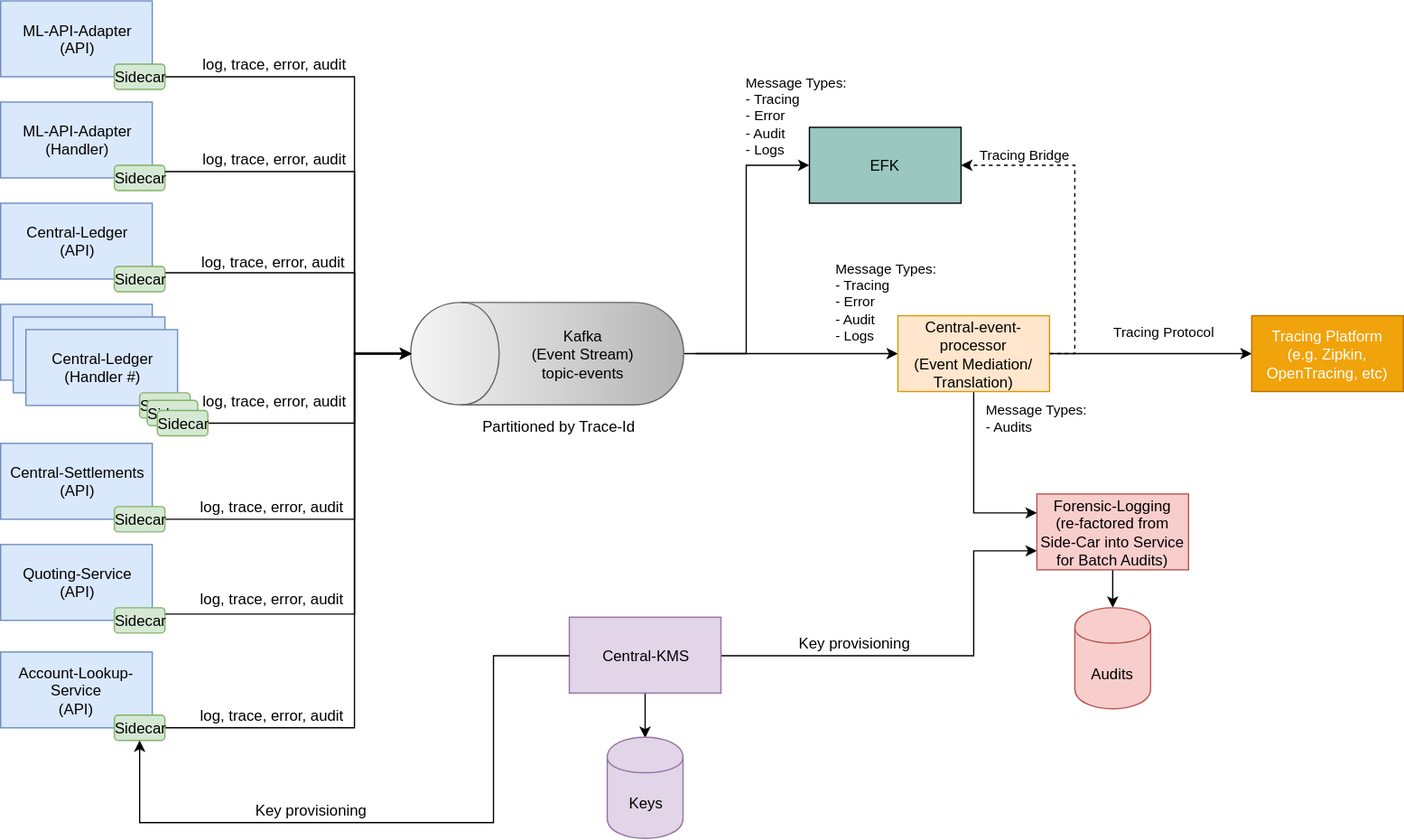
Before: mojaloop-technical-overview/event-framework/assets/diagrams/architecture/architecture-event-framework.svg, a diagram exported from draw.io (mojaloop/documentation). Source tidied: cells renumbered, new cells last; positions are measured from the earlier drawing's top-left corner, leaving out a move shared by most shapes.
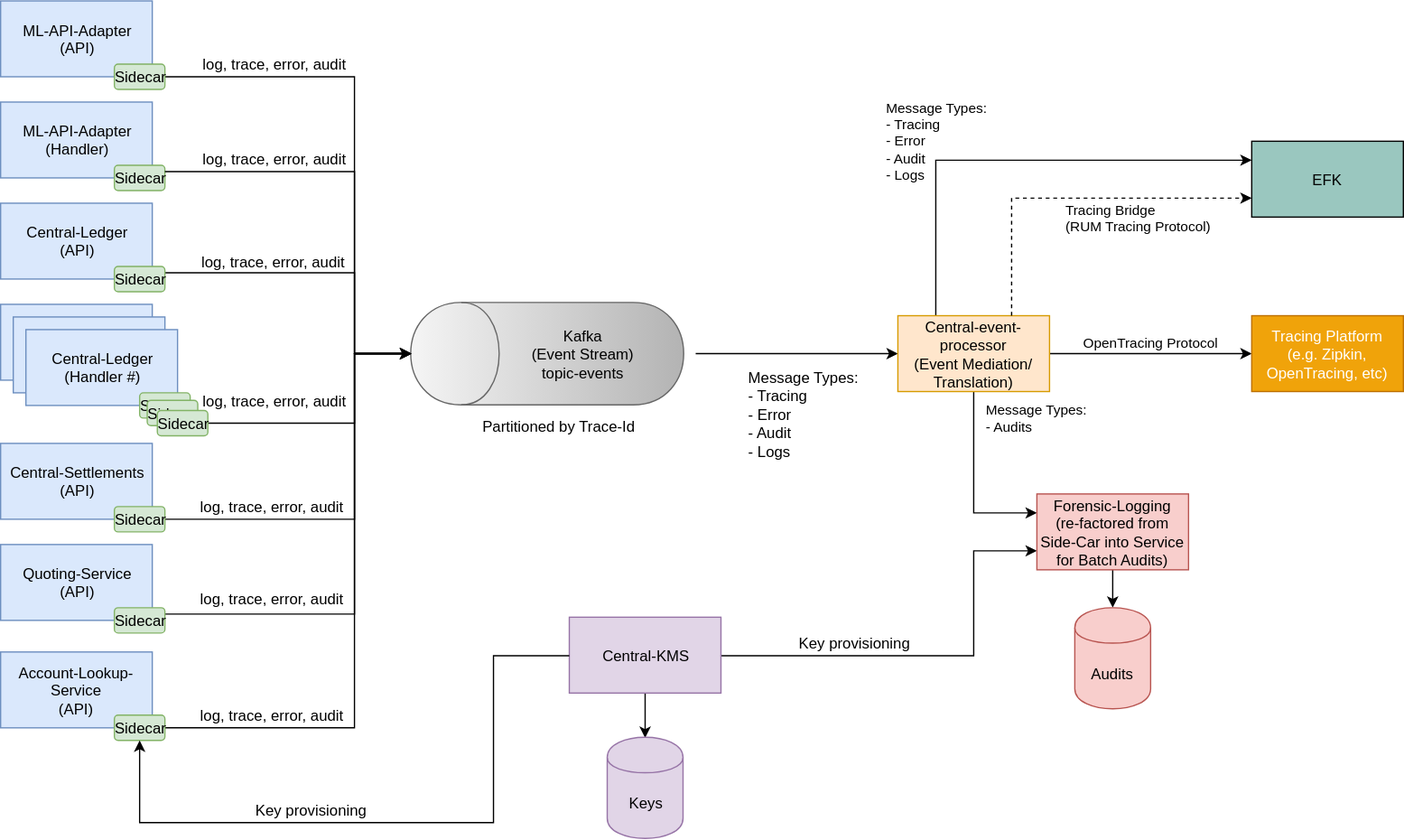
Above is the later version.

Commit message:
updated event arch diagram

Change to the diagram source:
```diff
@@ -44,20 +44,20 @@
         </Array>
       </mxGeometry>
     </mxCell>
-    <mxCell id="13" value="&lt;div style=&quot;text-align: left&quot;&gt;&lt;div&gt;Message Types:&lt;/div&gt;&lt;div&gt;- Tracing&lt;/div&gt;&lt;div&gt;- Error&lt;/div&gt;&lt;div&gt;- Audit&lt;/div&gt;&lt;div&gt;- Logs&lt;/div&gt;&lt;/div&gt;" style="edgeStyle=orthogonalEdgeStyle;rounded=0;jettySize=auto;html=1;exitX=0.5;exitY=1;exitDx=0;exitDy=0;entryX=0;entryY=0.5;entryDx=0;entryDy=0;fillColor=none;labelBackgroundColor=none;" parent="1" edge="1" source="16" target="37">
-      <mxGeometry x="0.92" y="40" relative="1" as="geometry">
+    <mxCell id="13" value="&lt;div style=&quot;text-align: left&quot;&gt;&lt;div&gt;Message Types:&lt;/div&gt;&lt;div&gt;- Tracing&lt;/div&gt;&lt;div&gt;- Error&lt;/div&gt;&lt;div&gt;- Audit&lt;/div&gt;&lt;div&gt;- Logs&lt;/div&gt;&lt;/div&gt;" style="edgeStyle=orthogonalEdgeStyle;rounded=0;jettySize=auto;html=1;exitX=0.25;exitY=0;exitDx=0;exitDy=0;entryX=0;entryY=0.25;entryDx=0;entryDy=0;fillColor=none;labelBackgroundColor=none;" parent="1" edge="1" source="47" target="37">
+      <mxGeometry x="-0.28" y="19" relative="1" as="geometry">
         <Array as="points">
-          <mxPoint x="590" y="279" />
-          <mxPoint x="590" y="130" />
+          <mxPoint x="740" y="126" />
         </Array>
+        <mxPoint x="-10" y="3" as="offset" />
       </mxGeometry>
     </mxCell>
     <mxCell id="14" style="edgeStyle=orthogonalEdgeStyle;rounded=0;jettySize=auto;html=1;exitX=1;exitY=0.5;exitDx=0;exitDy=0;" parent="1" edge="1" source="47" target="46">
       <mxGeometry relative="1" as="geometry" />
     </mxCell>
-    <mxCell id="15" value="&lt;div style=&quot;text-align: left ; font-size: 11px&quot;&gt;Tracing Protocol&lt;/div&gt;" style="text;html=1;align=center;verticalAlign=middle;labelBackgroundColor=none;" parent="14" vertex="1">
+    <mxCell id="15" value="&lt;div style=&quot;text-align: left ; font-size: 11px&quot;&gt;OpenTracing Protocol&lt;/div&gt;" style="text;html=1;align=center;verticalAlign=middle;labelBackgroundColor=none;" parent="14" vertex="1">
       <mxGeometry x="0.13" y="1" relative="1" as="geometry">
-        <mxPoint y="-18" as="offset" />
+        <mxPoint x="-10" y="-9.5" as="offset" />
       </mxGeometry>
     </mxCell>
     <mxCell id="16" value="&lt;div style=&quot;text-align: center&quot;&gt;&lt;/div&gt;" style="shape=cylinder;whiteSpace=wrap;html=1;boundedLbl=1;backgroundOutline=1;rotation=-90;flipH=1;flipV=0;direction=east;fillColor=#f5f5f5;strokeColor=#666666;gradientColor=#b3b3b3;" parent="1" vertex="1">
@@ -159,7 +159,7 @@
       </mxGeometry>
     </mxCell>
     <mxCell id="37" value="EFK&lt;br&gt;" style="rounded=0;whiteSpace=wrap;html=1;fillColor=#9AC7BF;" parent="1" vertex="1">
-      <mxGeometry x="640" y="100" width="120" height="60" as="geometry" />
+      <mxGeometry x="990" y="111" width="120" height="60" as="geometry" />
     </mxCell>
     <mxCell id="38" style="edgeStyle=orthogonalEdgeStyle;rounded=0;jettySize=auto;html=1;" parent="1" edge="1" source="40" target="43">
       <mxGeometry relative="1" as="geometry" />
@@ -196,17 +196,17 @@
     <mxCell id="47" value="Central-event-processor&lt;br&gt;(Event Mediation/ Translation)&lt;br&gt;" style="rounded=0;whiteSpace=wrap;html=1;fillColor=#ffe6cc;strokeColor=#d79b00;" parent="1" vertex="1">
       <mxGeometry x="710" y="249" width="120" height="60" as="geometry" />
     </mxCell>
-    <mxCell id="48" value="&lt;div style=&quot;text-align: left ; font-size: 11px&quot;&gt;&lt;font style=&quot;font-size: 11px&quot;&gt;Message Types:&lt;/font&gt;&lt;/div&gt;&lt;div style=&quot;text-align: left ; font-size: 11px&quot;&gt;&lt;font style=&quot;font-size: 11px&quot;&gt;- Tracing&lt;/font&gt;&lt;/div&gt;&lt;div style=&quot;text-align: left ; font-size: 11px&quot;&gt;&lt;font style=&quot;font-size: 11px&quot;&gt;- Error&lt;/font&gt;&lt;/div&gt;&lt;div style=&quot;text-align: left ; font-size: 11px&quot;&gt;- Audit&lt;/div&gt;&lt;div style=&quot;text-align: left ; font-size: 11px&quot;&gt;- Logs&lt;/div&gt;" style="text;html=1;align=center;verticalAlign=middle;labelBackgroundColor=none;" parent="1" vertex="1">
+    <mxCell id="48" value="&lt;div style=&quot;text-align: left ; font-size: 11px&quot;&gt;&lt;br&gt;&lt;/div&gt;" style="text;html=1;align=center;verticalAlign=middle;labelBackgroundColor=none;" parent="1" vertex="1">
       <mxGeometry x="940" y="280" as="geometry">
-        <mxPoint x="-240" y="-43" as="offset" />
+        <mxPoint x="-277" y="-44" as="offset" />
       </mxGeometry>
     </mxCell>
-    <mxCell id="49" style="edgeStyle=orthogonalEdgeStyle;rounded=0;jettySize=auto;html=1;exitX=1;exitY=0.5;exitDx=0;exitDy=0;entryX=1;entryY=0.5;entryDx=0;entryDy=0;dashed=1;" parent="1" edge="1" source="47" target="37">
+    <mxCell id="49" style="edgeStyle=orthogonalEdgeStyle;rounded=0;jettySize=auto;html=1;exitX=0.75;exitY=0;exitDx=0;exitDy=0;entryX=0;entryY=0.75;entryDx=0;entryDy=0;dashed=1;" parent="1" edge="1" source="47" target="37">
       <mxGeometry relative="1" as="geometry" />
     </mxCell>
-    <mxCell id="50" value="&lt;div style=&quot;text-align: left ; font-size: 11px&quot;&gt;Tracing Bridge&lt;/div&gt;" style="text;html=1;align=center;verticalAlign=middle;labelBackgroundColor=none;" parent="49" vertex="1">
+    <mxCell id="50" value="&lt;div style=&quot;text-align: left ; font-size: 11px&quot;&gt;Tracing Bridge&lt;/div&gt;&lt;div style=&quot;text-align: left ; font-size: 11px&quot;&gt;(RUM Tracing Protocol)&lt;/div&gt;" style="text;html=1;align=center;verticalAlign=middle;labelBackgroundColor=none;" parent="49" vertex="1">
       <mxGeometry x="0.13" y="1" relative="1" as="geometry">
-        <mxPoint x="-39" y="-33" as="offset" />
+        <mxPoint x="33" y="16" as="offset" />
       </mxGeometry>
     </mxCell>
     <mxCell id="51" value="&lt;div style=&quot;text-align: left&quot;&gt;log, trace, error, audit&lt;/div&gt;" style="text;html=1;strokeColor=none;fillColor=none;align=center;verticalAlign=middle;whiteSpace=wrap;rounded=0;" parent="1" vertex="1">
@@ -258,5 +258,8 @@
     <mxCell id="62" value="&lt;div style=&quot;text-align: left&quot;&gt;Key provisioning&lt;/div&gt;" style="text;html=1;strokeColor=none;fillColor=none;align=center;verticalAlign=middle;whiteSpace=wrap;rounded=0;" parent="1" vertex="1">
       <mxGeometry x="580" y="497.5" width="190" height="20" as="geometry" />
     </mxCell>
+    <mxCell id="63" value="Message Types:&lt;br&gt;- Tracing&lt;br&gt;- Error&lt;br&gt;- Audit&lt;br&gt;- Logs" style="text;html=1;" parent="1" vertex="1">
+      <mxGeometry x="590" y="285" width="260" height="30" as="geometry" />
+    </mxCell>
   </root>
 </mxGraphModel>
```
